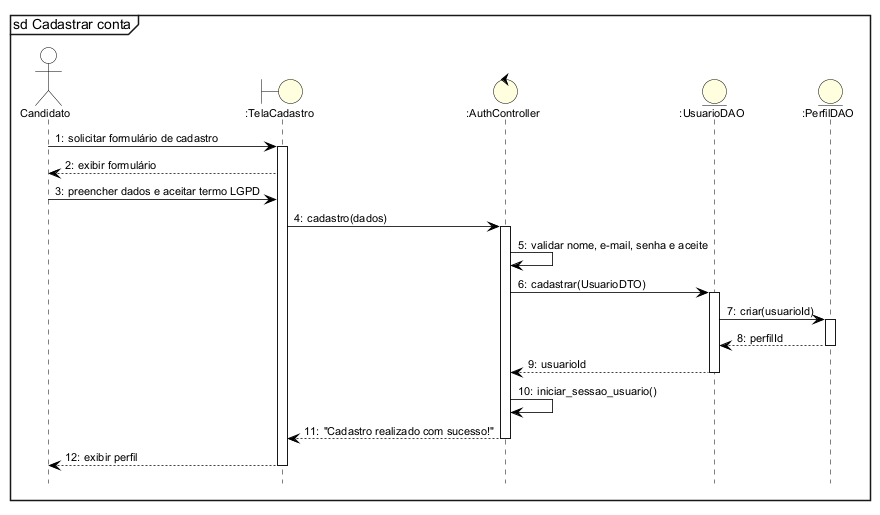
This is docs/tcc/diagramas/seq02_cadastro.png from leonardoabreu2026/tcc-final, a PlantUML export, as it was before one commit. Its source is kept beside it as docs/tcc/diagramas/seq02_cadastro.puml.
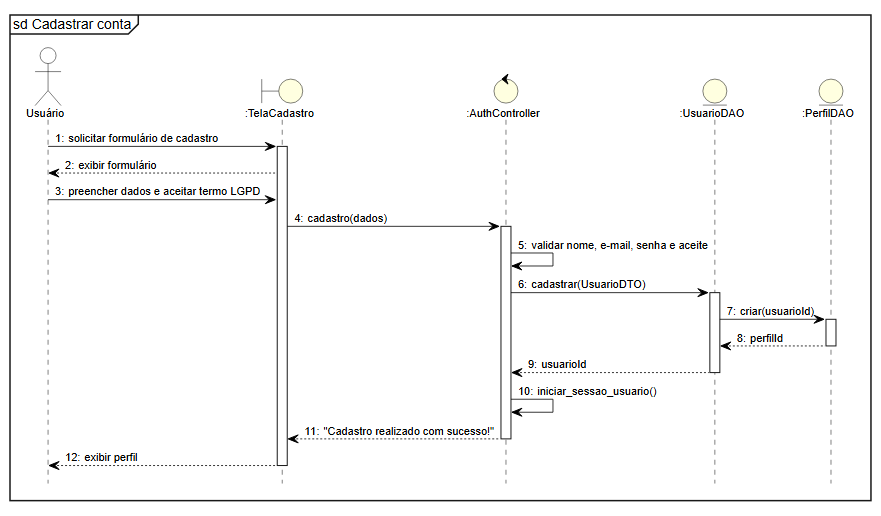
After the commit.

The edit, as a diff of the source:
```diff
@@ -4,7 +4,7 @@
 autonumber "0:"
 hide footbox
 
-actor Candidato as V
+actor "Usuário" as V
 boundary ":TelaCadastro" as T
 control ":AuthController" as C
 entity ":UsuarioDAO" as U
```
